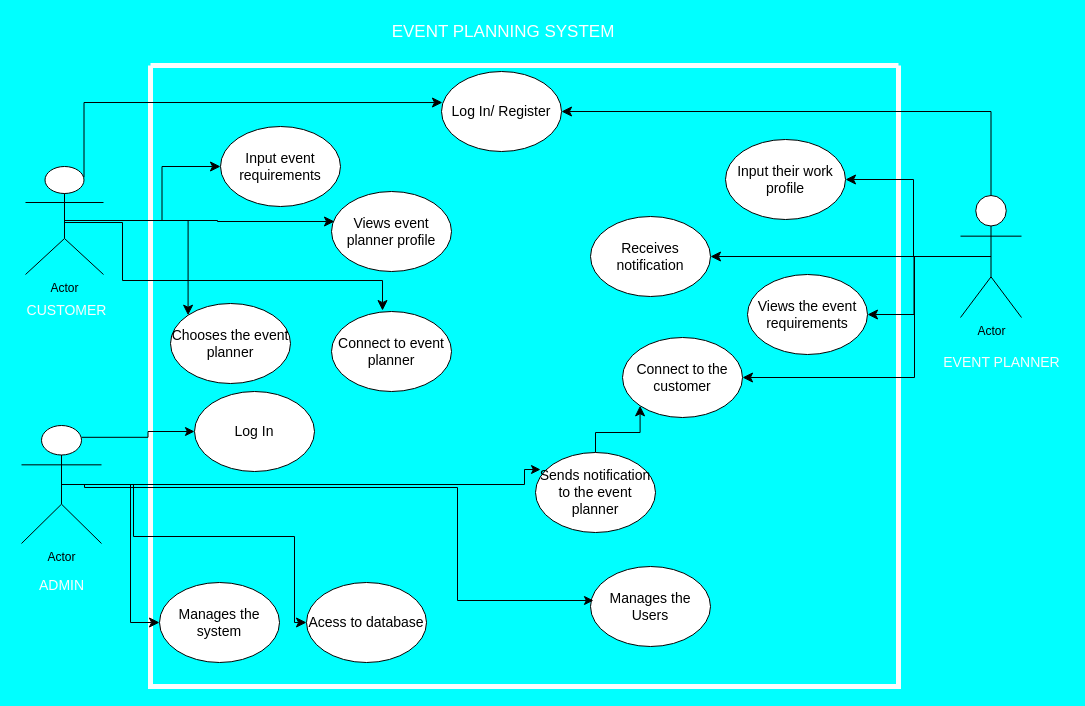
Above: page "Page-1" (1 of 8) of Untitled Diagram.drawio in Thuo001/ISProposal (draw.io), before the change. Source tidied: cells renumbered, new cells numbered last; positions are measured from the earlier drawing's top-left corner, leaving out a move shared by most shapes. Both pictures are drawn from the tidied source at 100%, with x=0, y=0 at pixel (17, 17).
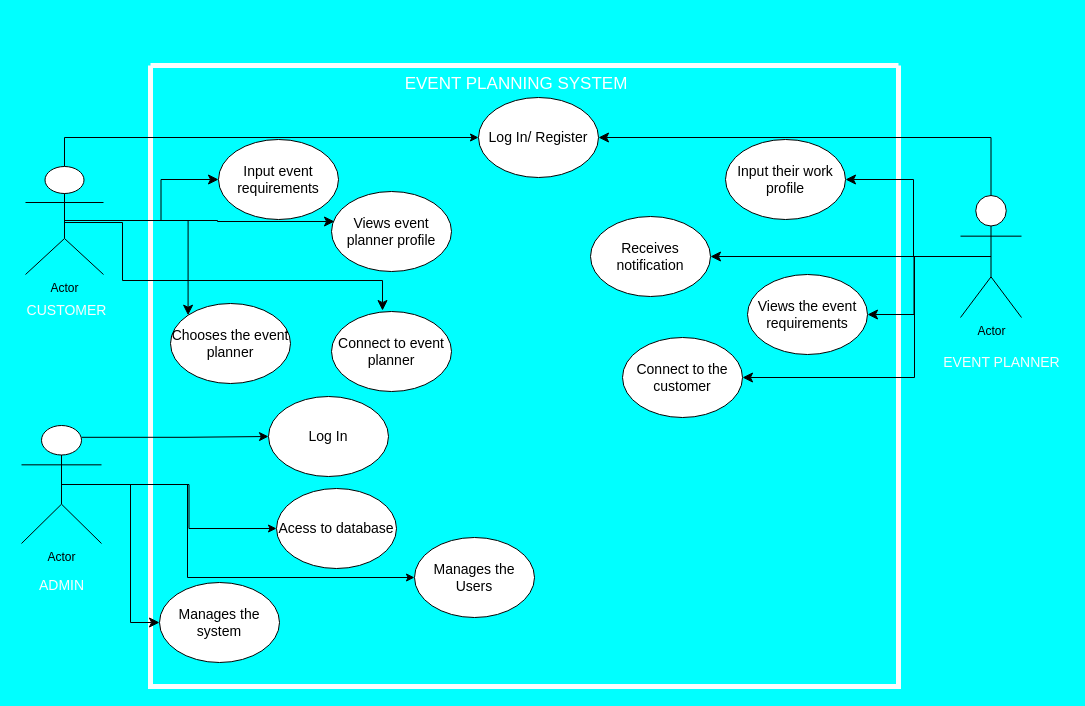
The same page after the edit.

The change refers to these unchanged cells:
```xml
<mxCell id="2" style="swimlane;startSize=0;strokeColor=#FCFCFC;strokeWidth=5;perimeterSpacing=4;" parent="1" vertex="1">
  <mxGeometry x="133" y="48" width="748" height="621" as="geometry" />
</mxCell>
<mxCell id="13" value="&lt;font style=&quot;font-size: 14px;&quot;&gt;Connect to the customer&lt;/font&gt;" style="ellipse;whiteSpace=wrap;html=1;" parent="2" vertex="1">
  <mxGeometry x="472" y="272" width="120" height="80" as="geometry" />
</mxCell>
<mxCell id="27" value="Actor" style="shape=umlActor;verticalLabelPosition=bottom;verticalAlign=top;html=1;outlineConnect=0;" parent="1" vertex="1">
  <mxGeometry x="4" y="408" width="80" height="118" as="geometry" />
</mxCell>
<mxCell id="30" value="Actor" style="shape=umlActor;verticalLabelPosition=bottom;verticalAlign=top;html=1;outlineConnect=0;" parent="1" vertex="1">
  <mxGeometry x="8" y="149" width="78" height="108" as="geometry" />
</mxCell>
```

Diff of the diagram source:
```diff
@@
     <mxCell id="3" value="&lt;font style=&quot;font-size: 14px;&quot;&gt;Input event requirements&lt;/font&gt;" style="ellipse;whiteSpace=wrap;html=1;" parent="2" vertex="1">
-      <mxGeometry x="70" y="61" width="120" height="80" as="geometry" />
+      <mxGeometry x="68" y="74" width="120" height="80" as="geometry" />
     </mxCell>
@@
     <mxCell id="6" value="&lt;font style=&quot;font-size: 14px;&quot;&gt;Manages the Users&lt;/font&gt;" style="ellipse;whiteSpace=wrap;html=1;" parent="2" vertex="1">
-      <mxGeometry x="440" y="501" width="120" height="80" as="geometry" />
+      <mxGeometry x="264" y="472" width="120" height="80" as="geometry" />
     </mxCell>
@@
     <mxCell id="12" value="&lt;font style=&quot;font-size: 14px;&quot;&gt;Log In/ Register&lt;/font&gt;" style="ellipse;whiteSpace=wrap;html=1;" parent="2" vertex="1">
-      <mxGeometry x="291" y="6" width="120" height="80" as="geometry" />
+      <mxGeometry x="328" y="32" width="120" height="80" as="geometry" />
     </mxCell>
@@
     <mxCell id="14" value="&lt;font style=&quot;font-size: 14px;&quot;&gt;Acess to database&lt;/font&gt;" style="ellipse;whiteSpace=wrap;html=1;" parent="2" vertex="1">
-      <mxGeometry x="156" y="517" width="120" height="80" as="geometry" />
+      <mxGeometry x="126" y="423" width="120" height="80" as="geometry" />
     </mxCell>
-    <mxCell id="15" style="edgeStyle=orthogonalEdgeStyle;rounded=0;jettySize=auto;html=1;exitX=0.5;exitY=0;exitDx=0;exitDy=0;entryX=0;entryY=1;entryDx=0;entryDy=0;endSize=8;" parent="2" edge="1" source="16" target="13">
-      <mxGeometry relative="1" as="geometry" />
-    </mxCell>
-    <mxCell id="16" value="&lt;font style=&quot;font-size: 14px;&quot;&gt;Sends notification to the event planner&lt;/font&gt;" style="ellipse;whiteSpace=wrap;html=1;" parent="2" vertex="1">
-      <mxGeometry x="385" y="387" width="120" height="80" as="geometry" />
-    </mxCell>
     <mxCell id="17" value="&lt;font style=&quot;font-size: 14px;&quot;&gt;Log In&lt;/font&gt;" style="ellipse;whiteSpace=wrap;html=1;" parent="2" vertex="1">
-      <mxGeometry x="44" y="326" width="120" height="80" as="geometry" />
+      <mxGeometry x="118" y="331" width="120" height="80" as="geometry" />
     </mxCell>
+    <mxCell id="39" value="&lt;font color=&quot;#ffffff&quot; style=&quot;font-size: 17px;&quot;&gt;EVENT PLANNING SYSTEM&lt;/font&gt;" style="text;html=1;strokeColor=none;fillColor=none;align=center;verticalAlign=middle;whiteSpace=wrap;rounded=0;" parent="2" vertex="1">
+      <mxGeometry x="218" y="4" width="296" height="30" as="geometry" />
+    </mxCell>
@@
-    <mxCell id="26" style="edgeStyle=orthogonalEdgeStyle;rounded=0;jettySize=auto;html=1;exitX=0.5;exitY=0.5;exitDx=0;exitDy=0;exitPerimeter=0;entryX=0;entryY=0.5;entryDx=0;entryDy=0;endSize=8;" parent="1" edge="1" source="27" target="14">
-      <mxGeometry relative="1" as="geometry">
-        <Array as="points">
-          <mxPoint x="116" y="467" />
-          <mxPoint x="116" y="519" />
-          <mxPoint x="277" y="519" />
-          <mxPoint x="277" y="605" />
-        </Array>
-      </mxGeometry>
+    <mxCell id="26" style="edgeStyle=orthogonalEdgeStyle;rounded=0;jettySize=auto;html=1;exitX=0.5;exitY=0.5;exitDx=0;exitDy=0;exitPerimeter=0;" parent="1" edge="1" source="27" target="14">
+      <mxGeometry relative="1" as="geometry" />
     </mxCell>
+    <mxCell id="36" style="edgeStyle=orthogonalEdgeStyle;rounded=0;jettySize=auto;html=1;exitX=0.5;exitY=0.5;exitDx=0;exitDy=0;exitPerimeter=0;entryX=0;entryY=0.5;entryDx=0;entryDy=0;" parent="1" edge="1" source="27" target="6">
+      <mxGeometry relative="1" as="geometry">
+        <Array as="points">
+          <mxPoint x="170" y="467" />
+          <mxPoint x="170" y="560" />
+        </Array>
+      </mxGeometry>
+    </mxCell>
@@
+    <mxCell id="31" style="edgeStyle=orthogonalEdgeStyle;rounded=0;jettySize=auto;html=1;exitX=0.5;exitY=0;exitDx=0;exitDy=0;exitPerimeter=0;" parent="1" edge="1" source="30" target="12">
+      <mxGeometry relative="1" as="geometry" />
+    </mxCell>
@@
-    <mxCell id="31" style="edgeStyle=orthogonalEdgeStyle;rounded=0;jettySize=auto;html=1;exitX=0.75;exitY=0.1;exitDx=0;exitDy=0;exitPerimeter=0;entryX=0.008;entryY=0.388;entryDx=0;entryDy=0;entryPerimeter=0;endSize=8;" parent="1" edge="1" source="30" target="12">
-      <mxGeometry relative="1" as="geometry">
-        <Array as="points">
-          <mxPoint x="67" y="85" />
-        </Array>
-      </mxGeometry>
-    </mxCell>
@@
-    <mxCell id="36" style="edgeStyle=orthogonalEdgeStyle;rounded=0;jettySize=auto;html=1;exitX=0.5;exitY=0.5;exitDx=0;exitDy=0;exitPerimeter=0;entryX=0.025;entryY=0.425;entryDx=0;entryDy=0;entryPerimeter=0;endSize=7;" parent="1" edge="1" source="27" target="6">
-      <mxGeometry relative="1" as="geometry">
-        <Array as="points">
-          <mxPoint x="67" y="467" />
-          <mxPoint x="67" y="470" />
-          <mxPoint x="440" y="470" />
-          <mxPoint x="440" y="583" />
-        </Array>
-      </mxGeometry>
-    </mxCell>
-    <mxCell id="37" style="edgeStyle=orthogonalEdgeStyle;rounded=0;jettySize=auto;html=1;exitX=0.5;exitY=0.5;exitDx=0;exitDy=0;exitPerimeter=0;entryX=0.042;entryY=0.213;entryDx=0;entryDy=0;entryPerimeter=0;endSize=7;" parent="1" edge="1" source="27" target="16">
-      <mxGeometry relative="1" as="geometry">
-        <Array as="points">
-          <mxPoint x="507" y="467" />
-        </Array>
-      </mxGeometry>
-    </mxCell>
@@
-    <mxCell id="39" value="&lt;font color=&quot;#ffffff&quot; style=&quot;font-size: 17px;&quot;&gt;EVENT PLANNING SYSTEM&lt;/font&gt;" style="text;html=1;strokeColor=none;fillColor=none;align=center;verticalAlign=middle;whiteSpace=wrap;rounded=0;" parent="1" vertex="1">
-      <mxGeometry x="338" width="296" height="30" as="geometry" />
-    </mxCell>
```
